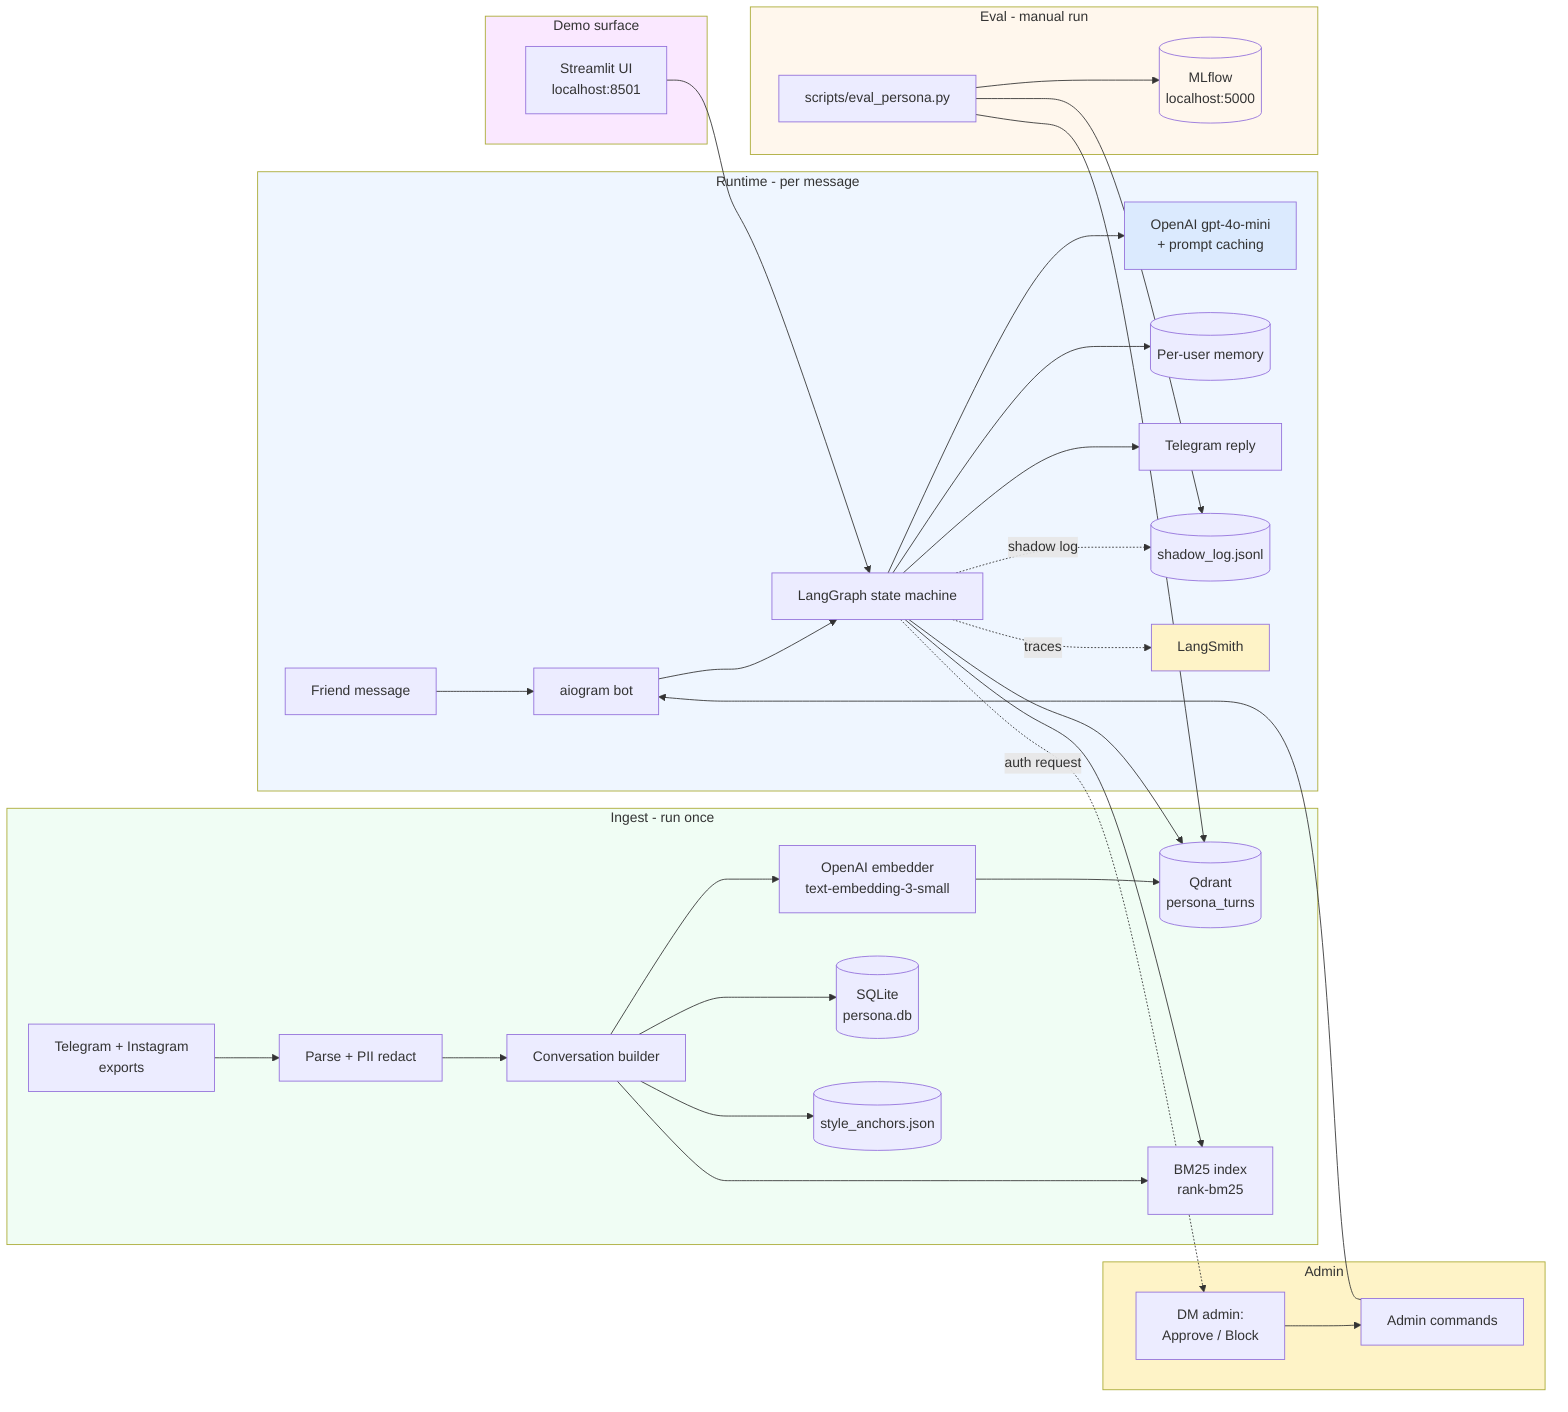
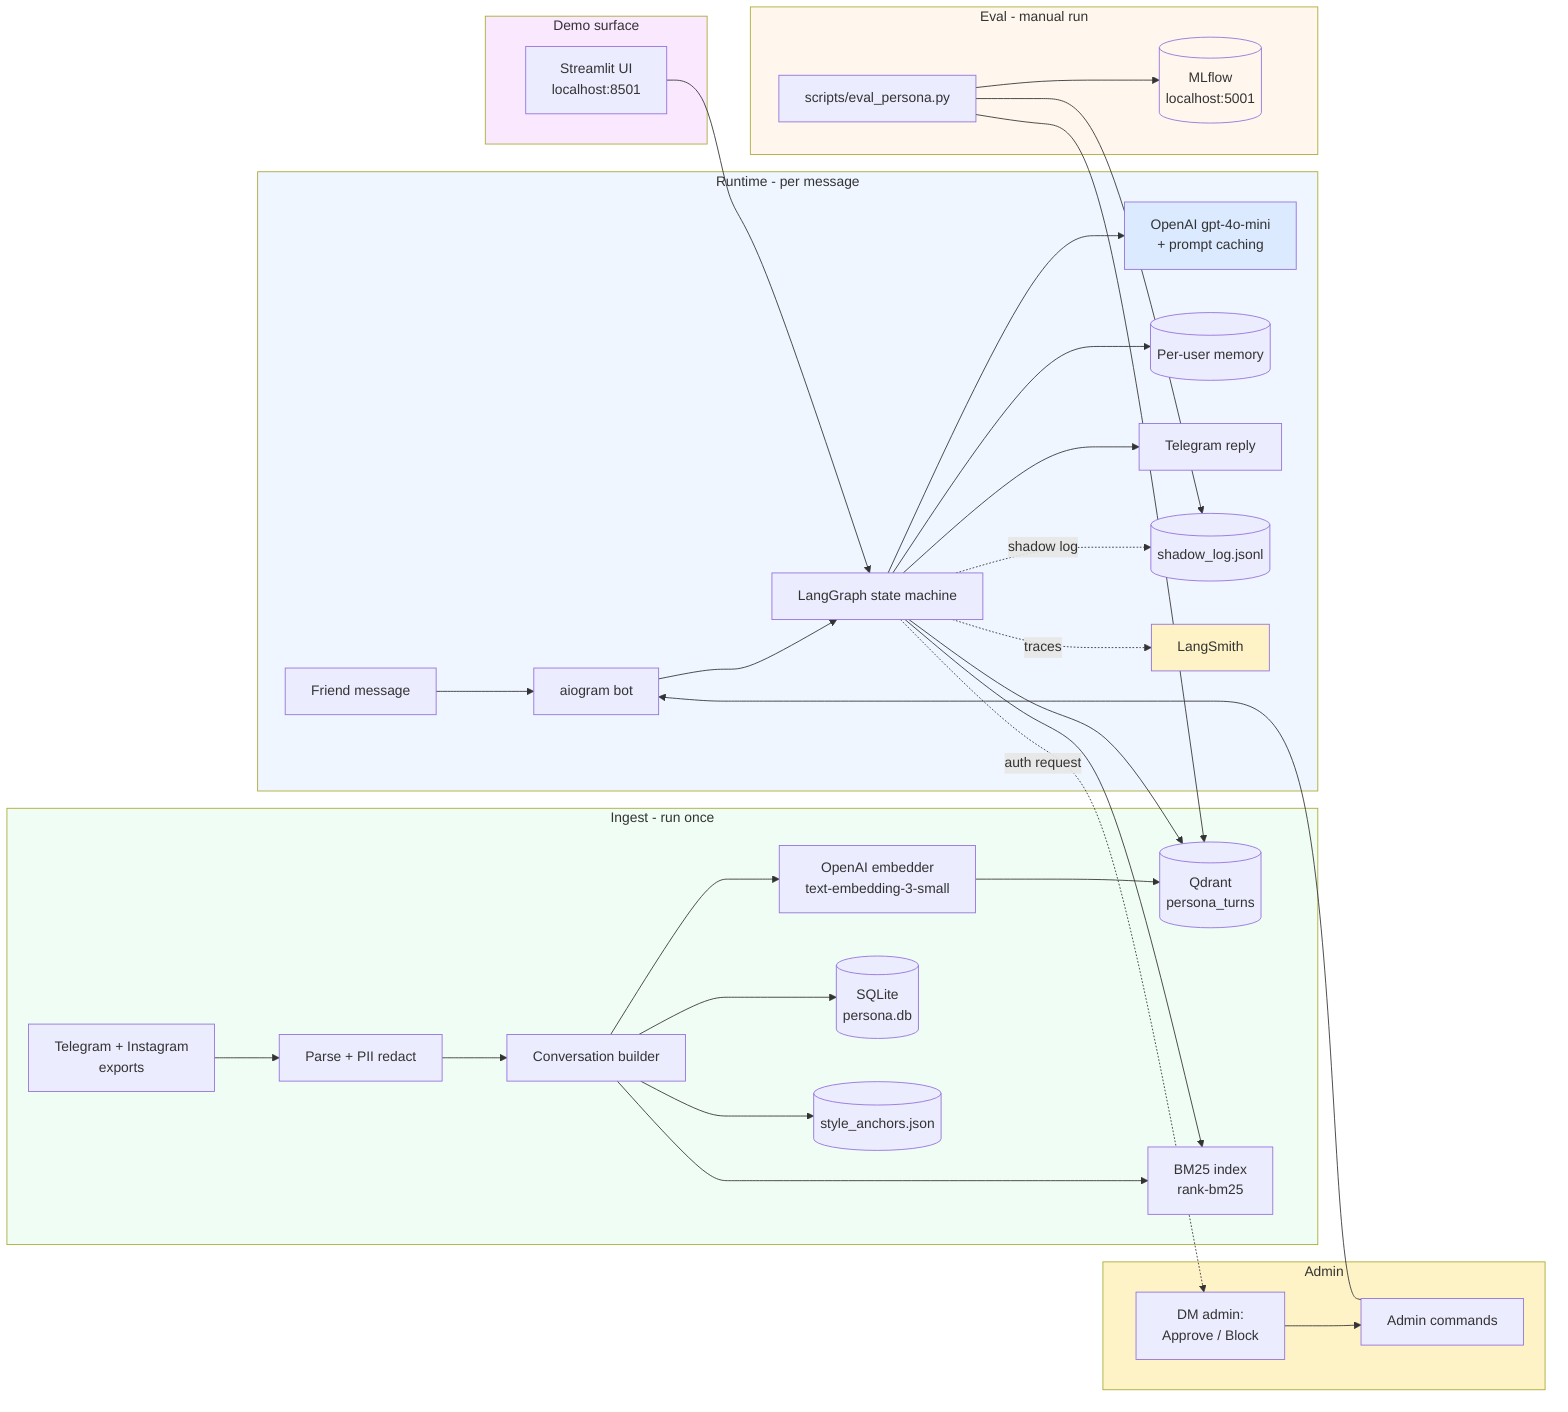
flowchart LR
    subgraph Ingest[Ingest - run once]
        A[Telegram + Instagram<br/>exports] --> B[Parse + PII redact]
        B --> C[Conversation builder]
        C --> D[OpenAI embedder<br/>text-embedding-3-small]
        D --> E[(Qdrant<br/>persona_turns)]
        C --> BM[BM25 index<br/>rank-bm25]
        C --> F[(SQLite<br/>persona.db)]
        C --> SA[(style_anchors.json)]
    end

    subgraph Runtime[Runtime - per message]
        G[Friend message] --> H[aiogram bot]
        H --> LG[LangGraph state machine]
        LG --> E
        LG --> BM
        LG --> L[OpenAI gpt-4o-mini<br/>+ prompt caching]
        LG --> N[(Per-user memory)]
        LG --> O[Telegram reply]
        LG -.shadow log.-> SL[(shadow_log.jsonl)]
        LG -.traces.-> LS[LangSmith]
    end

    subgraph Admin[Admin]
        Q[Admin commands] --> H
        LG -.auth request.-> R[DM admin:<br/>Approve / Block]
        R --> Q
    end

    subgraph Demo[Demo surface]
        ST[Streamlit UI<br/>localhost:8501] --> LG
    end

    subgraph Eval[Eval - manual run]
        EV[scripts/eval_persona.py] --> E
        EV --> SL
-         EV --> ML[(MLflow<br/>localhost:5000)]
+         EV --> ML[(MLflow<br/>localhost:5001)]
    end

    style Ingest fill:#f0fdf4
    style Runtime fill:#eff6ff
    style Admin fill:#fef3c7
    style Demo fill:#fae8ff
    style Eval fill:#fff7ed
    style L fill:#dbeafe
    style LS fill:#fef3c7
    style ML fill:#fff7ed
